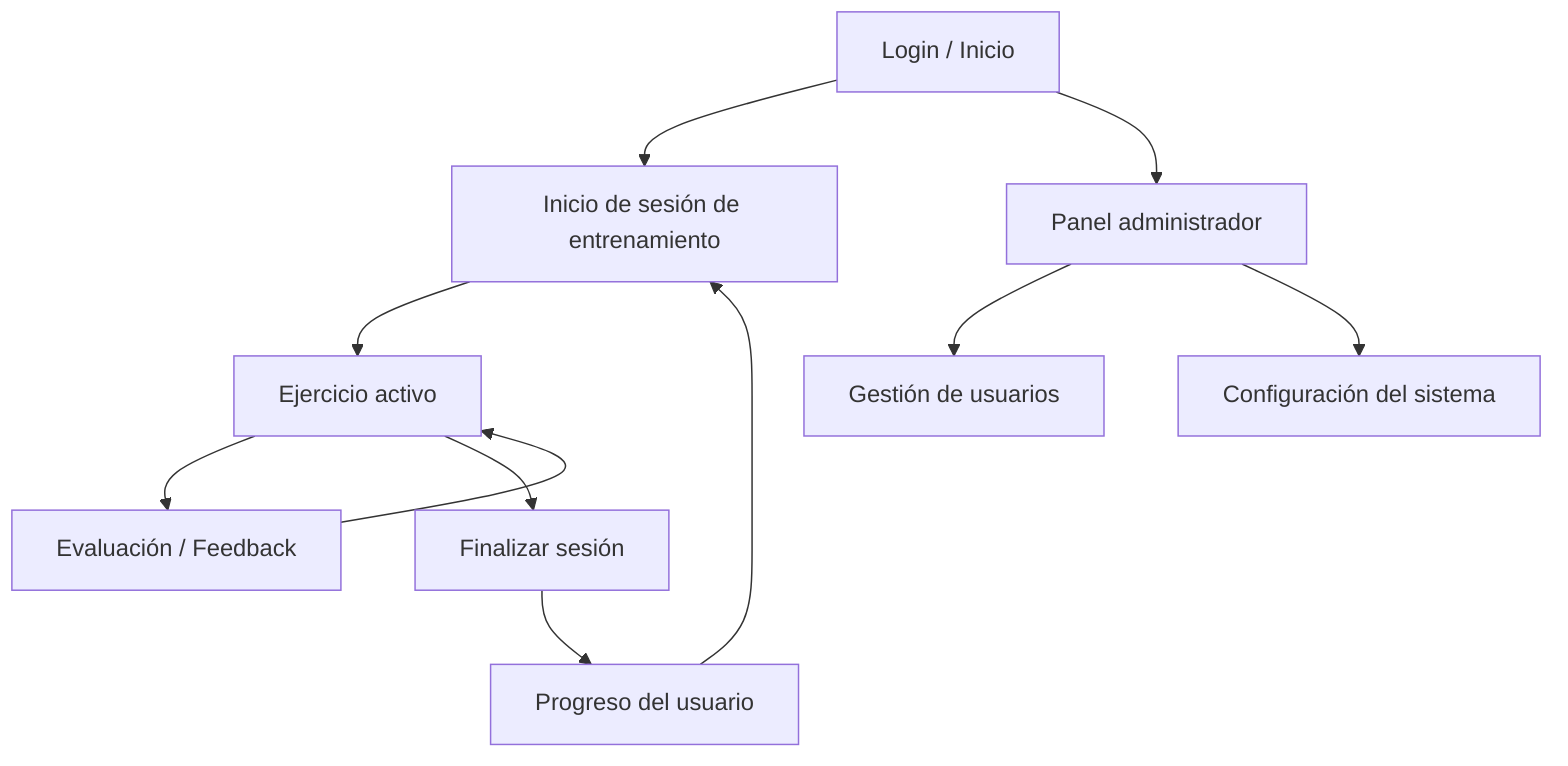
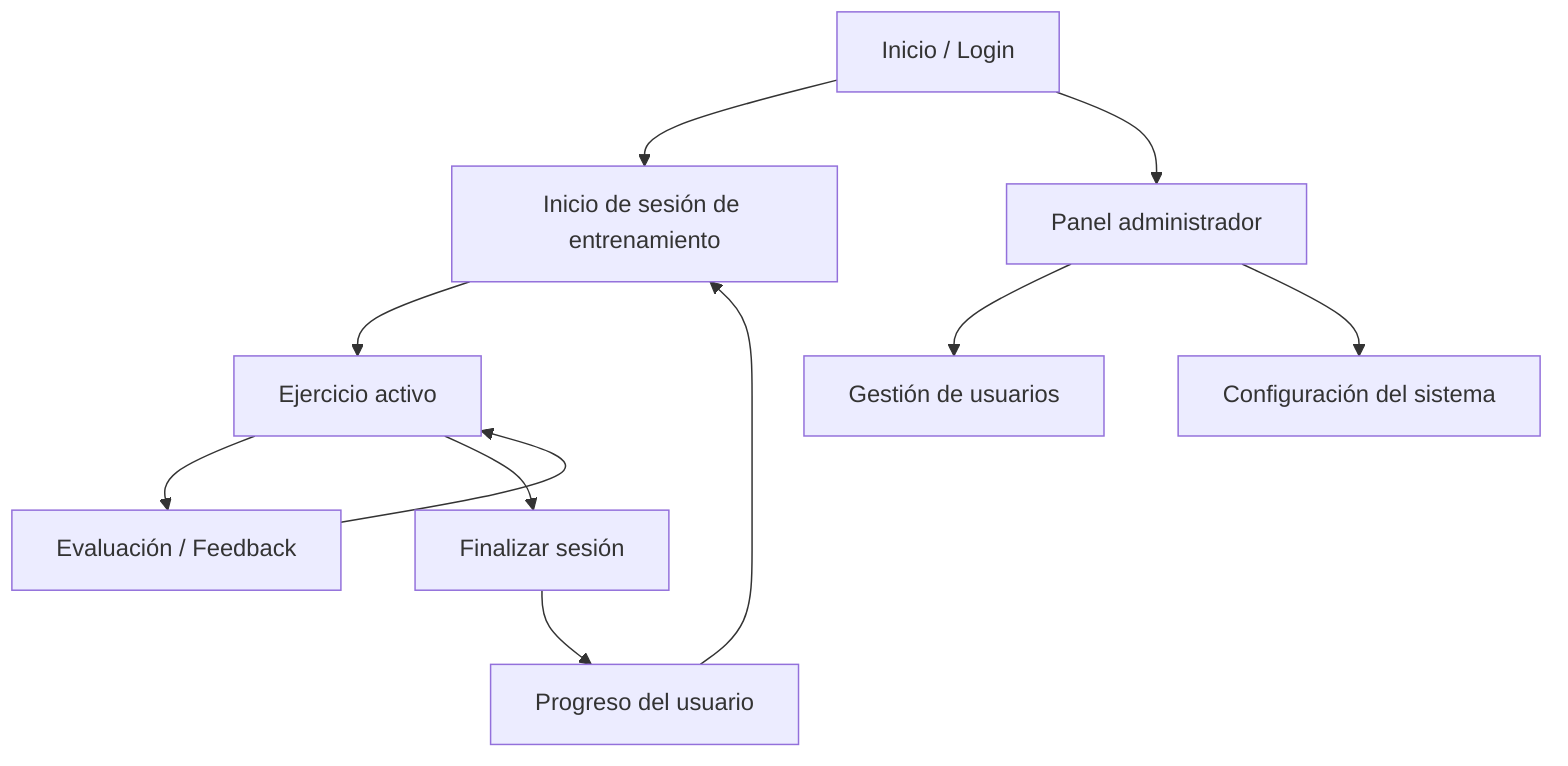
flowchart TD

- A[Login / Inicio] --> B[Inicio de sesión de entrenamiento]
+ A[Inicio / Login] --> B[Inicio de sesión de entrenamiento]

B --> C[Ejercicio activo]
C --> D[Evaluación / Feedback]
D --> C

C --> E[Finalizar sesión]
E --> F[Progreso del usuario]

F --> B

A --> G[Panel administrador]
G --> H[Gestión de usuarios]
G --> I[Configuración del sistema]